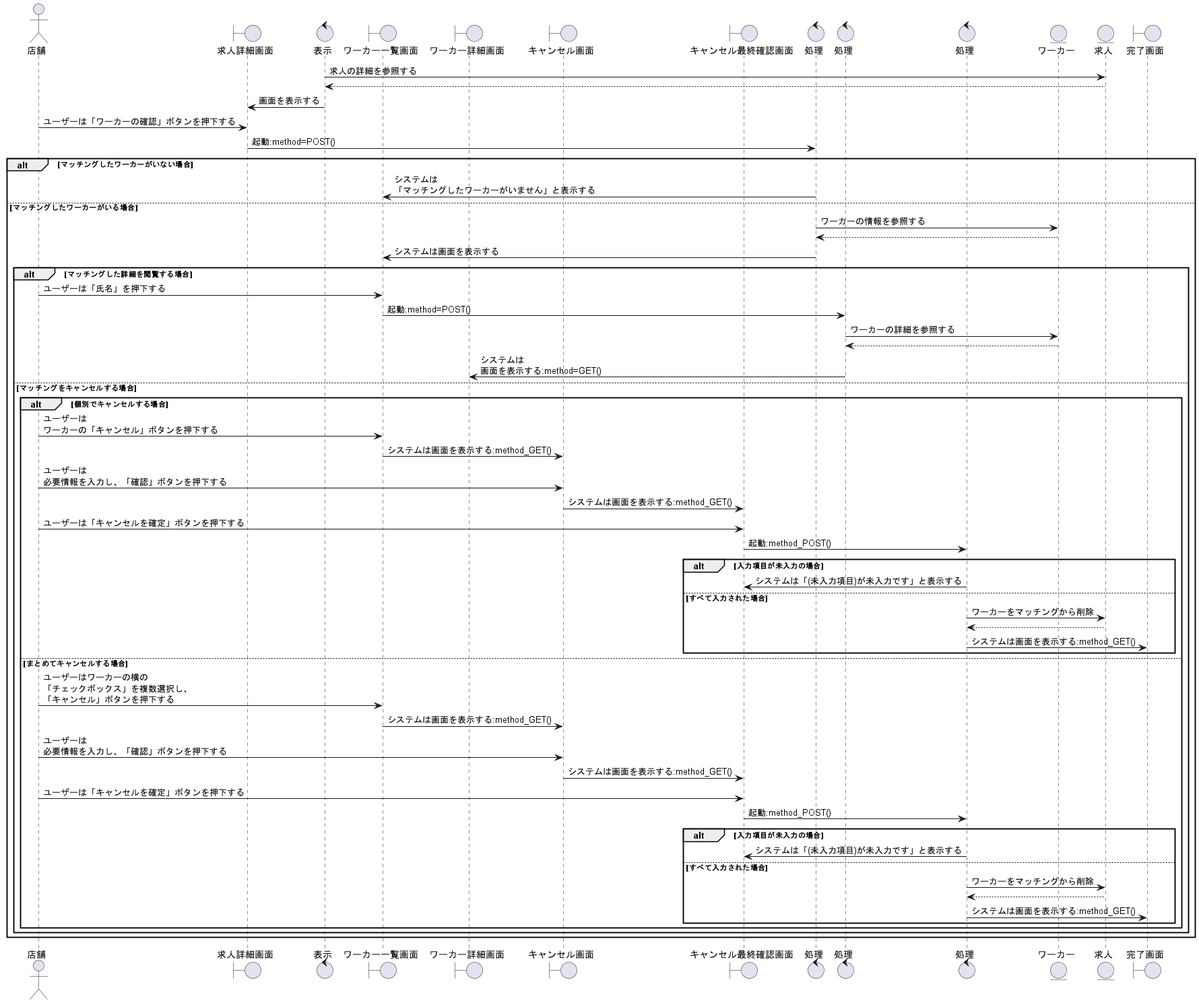
The PlantUML diagram out/sequence_fig/8_storeside_fn/04_マッチングしたワーカーの確認をする/マッチングしたワーカーの確認をする.png in irukacb256/high_Me, before a commit.
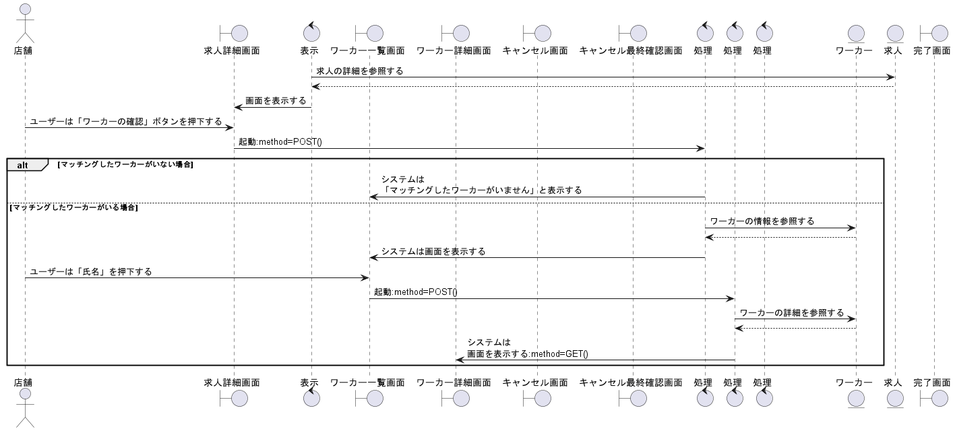
The same file after the commit.

The edit, as a diff of the source:
```diff
@@ -30,53 +30,11 @@
     co2 <-- wo1
     co2 -> b2 : システムは画面を表示する
 
-    alt マッチングした詳細を閲覧する場合
         cp1 -> b2 : ユーザーは「氏名」を押下する
         b2 -> co3 : 起動:method=POST()
         co3 -> wo1 : ワーカーの詳細を参照する
         co3 <-- wo1
         co3 -> b3 : システムは\n画面を表示する:method=GET()
 
-    else マッチングをキャンセルする場合
-
-        alt 個別でキャンセルする場合
-            cp1 -> b2 : ユーザーは\nワーカーの「キャンセル」ボタンを押下する
-            b2 -> b4 : システムは画面を表示する:method_GET()
-            cp1 -> b4 : ユーザーは\n必要情報を入力し、「確認」ボタンを押下する
-            b4 -> b5 : システムは画面を表示する:method_GET()
-            cp1 -> b5 : ユーザーは「キャンセルを確定」ボタンを押下する
-            b5 -> co4 : 起動:method_POST()
-
-            alt 入力項目が未入力の場合
-                co4 -> b5 : システムは「(未入力項目)が未入力です」と表示する
-
-            else すべて入力された場合
-                co4 -> jb1  : ワーカーをマッチングから削除
-                co4 <-- jb1
-                co4 -> b6 : システムは画面を表示する:method_GET()
-
-            end
-
-        else まとめてキャンセルする場合
-
-            cp1 -> b2 : ユーザーはワーカーの横の\n「チェックボックス」を複数選択し、\n「キャンセル」ボタンを押下する
-            b2 -> b4 : システムは画面を表示する:method_GET()
-            cp1 -> b4 : ユーザーは\n必要情報を入力し、「確認」ボタンを押下する
-            b4 -> b5 : システムは画面を表示する:method_GET()
-            cp1 -> b5 : ユーザーは「キャンセルを確定」ボタンを押下する
-            b5 -> co4 : 起動:method_POST()
-
-            alt 入力項目が未入力の場合
-                co4 -> b5 : システムは「(未入力項目)が未入力です」と表示する
-
-            else すべて入力された場合
-                co4 -> jb1  : ワーカーをマッチングから削除
-                co4 <-- jb1
-                co4 -> b6 : システムは画面を表示する:method_GET()
-
-            end
-
-        end
-    end
 end
 @enduml
```
